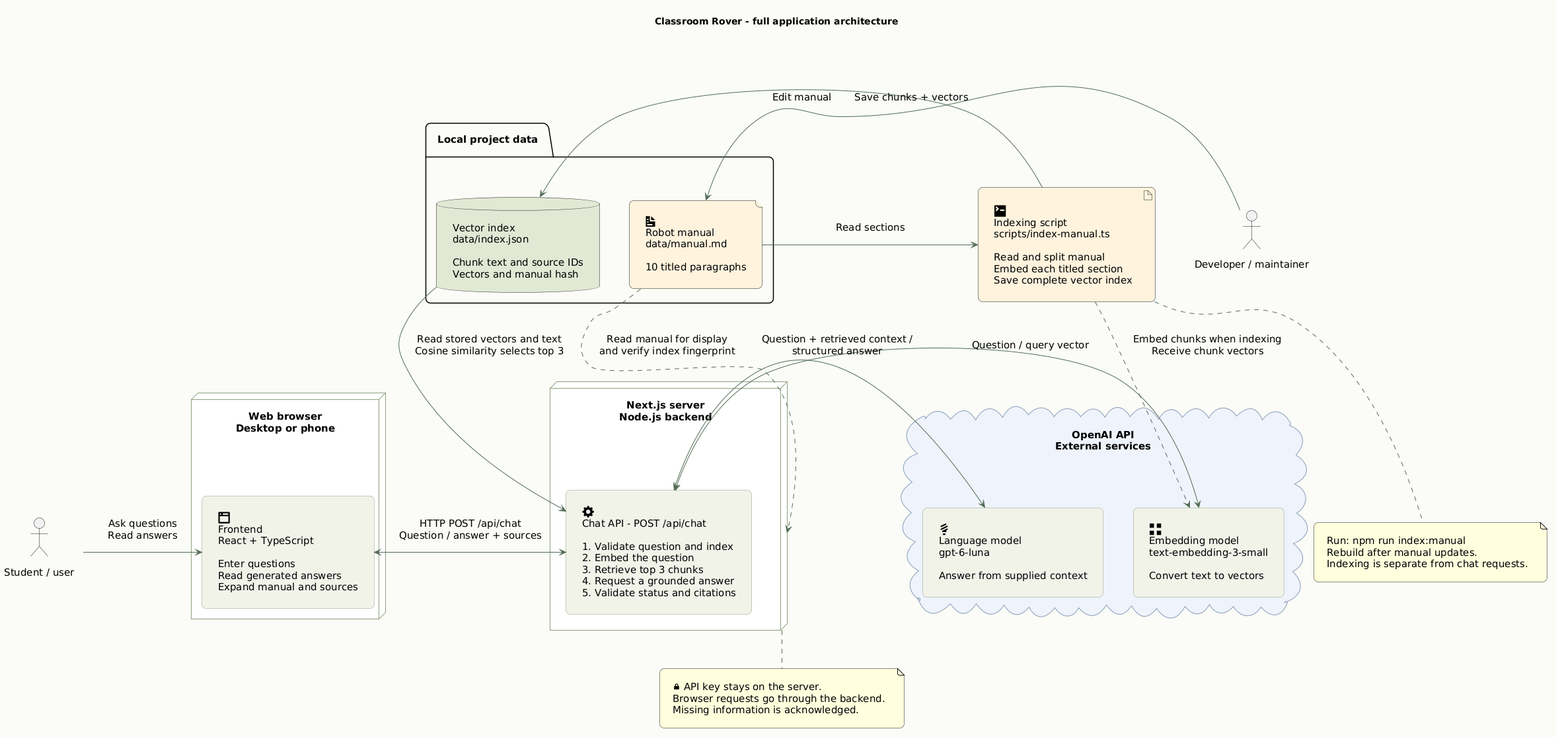
Earlier version of the PlantUML export docs/architecture-overview.png (vstrah00/robot-manual-rag). Its diagram source:
```plantuml
@startuml
title Classroom Rover - full application architecture
skinparam backgroundColor #FAFBF7
skinparam shadowing false
skinparam roundcorner 14
skinparam defaultFontName Arial
skinparam defaultFontSize 15
skinparam nodesep 45
skinparam ranksep 65
skinparam padding 14
skinparam ArrowColor #526B55
skinparam componentStyle rectangle
skinparam componentBackgroundColor #F0F2E9
skinparam componentBorderColor #8DA17E
skinparam nodeBackgroundColor #FFFFFF
skinparam nodeBorderColor #8DA17E
skinparam cloudBackgroundColor #EEF2FB
skinparam cloudBorderColor #879CB8
skinparam databaseBackgroundColor #E0E9D5
skinparam artifactBackgroundColor #FFF3DD
skinparam fileBackgroundColor #FFF3DD

actor "Student / user" as user
node "Web browser\nDesktop or phone" as browser {
  component "<size:26><&browser></size>\nFrontend\nReact + TypeScript\n\nEnter questions\nRead generated answers\nExpand manual and sources" as frontend
}
node "Next.js server\nNode.js backend" as server {
  component "<size:26><&cog></size>\nChat API - POST /api/chat\n\n1. Validate question and index\n2. Embed the question\n3. Retrieve top 3 chunks\n4. Request a grounded answer\n5. Validate status and citations" as backend
}
cloud "OpenAI API\nExternal services" as openai {
  component "<size:26><&grid-two-up></size>\nEmbedding model\ntext-embedding-3-small\n\nConvert text to vectors" as embedding
  component "<size:26><&lightbulb></size>\nLanguage model\ngpt-6-luna\n\nAnswer from supplied context" as llm
}

user -right-> frontend : Ask questions\nRead answers
frontend <-right-> backend : HTTP POST /api/chat\nQuestion / answer + sources
backend <-right-> embedding : Question / query vector
backend <-right-> llm : Question + retrieved context /\nstructured answer

folder "Local project data" as storage {
  file "<size:24><&document></size>\nRobot manual\ndata/manual.md\n\n10 titled paragraphs" as manual
  database "Vector index\ndata/index.json\n\nChunk text and source IDs\nVectors and manual hash" as index
}
actor "Developer / maintainer" as developer
artifact "<size:26><&terminal></size>\nIndexing script\nscripts/index-manual.ts\n\nRead and split manual\nEmbed each titled section\nSave complete vector index" as indexing

developer -right-> manual : Edit manual
manual -right-> indexing : Read sections
indexing -right-> index : Save chunks + vectors
index -up-> backend : Read stored vectors and text\nCosine similarity selects top 3
indexing ..> embedding : Embed chunks when indexing\nReceive chunk vectors
manual ..> server : Read manual for display\nand verify index fingerprint

note bottom of indexing
  Run: npm run index:manual
  Rebuild after manual updates.
  Indexing is separate from chat requests.
end note
note bottom of server
  <&lock-locked> API key stays on the server.
  Browser requests go through the backend.
  Missing information is acknowledged.
end note
@enduml
```
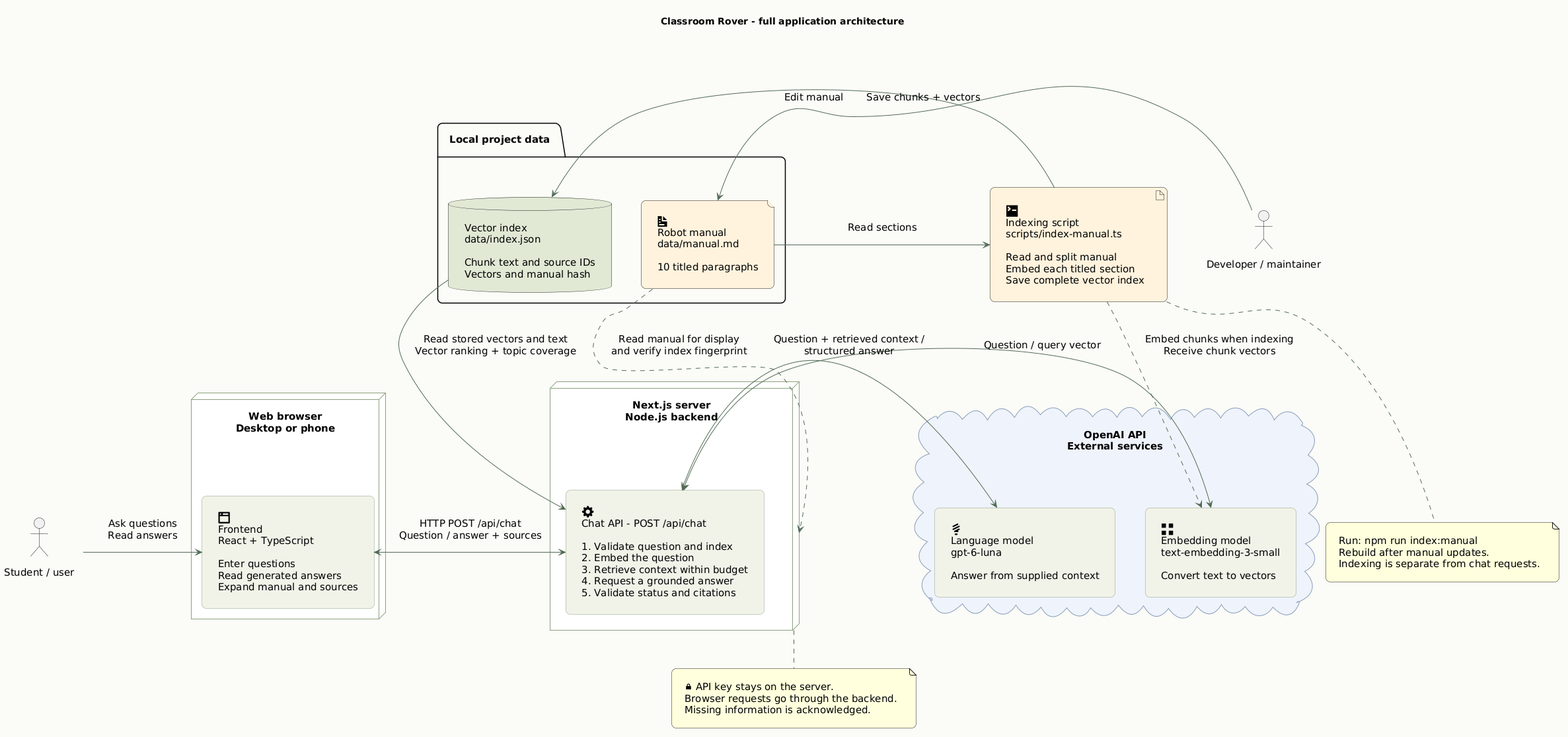
The same diagram one commit later.

What changed in the source:
```diff
@@ -25,7 +25,7 @@
   component "<size:26><&browser></size>\nFrontend\nReact + TypeScript\n\nEnter questions\nRead generated answers\nExpand manual and sources" as frontend
 }
 node "Next.js server\nNode.js backend" as server {
-  component "<size:26><&cog></size>\nChat API - POST /api/chat\n\n1. Validate question and index\n2. Embed the question\n3. Retrieve top 3 chunks\n4. Request a grounded answer\n5. Validate status and citations" as backend
+  component "<size:26><&cog></size>\nChat API - POST /api/chat\n\n1. Validate question and index\n2. Embed the question\n3. Retrieve context within budget\n4. Request a grounded answer\n5. Validate status and citations" as backend
 }
 cloud "OpenAI API\nExternal services" as openai {
   component "<size:26><&grid-two-up></size>\nEmbedding model\ntext-embedding-3-small\n\nConvert text to vectors" as embedding
@@ -47,7 +47,7 @@
 developer -right-> manual : Edit manual
 manual -right-> indexing : Read sections
 indexing -right-> index : Save chunks + vectors
-index -up-> backend : Read stored vectors and text\nCosine similarity selects top 3
+index -up-> backend : Read stored vectors and text\nVector ranking + topic coverage
 indexing ..> embedding : Embed chunks when indexing\nReceive chunk vectors
 manual ..> server : Read manual for display\nand verify index fingerprint
 
```
